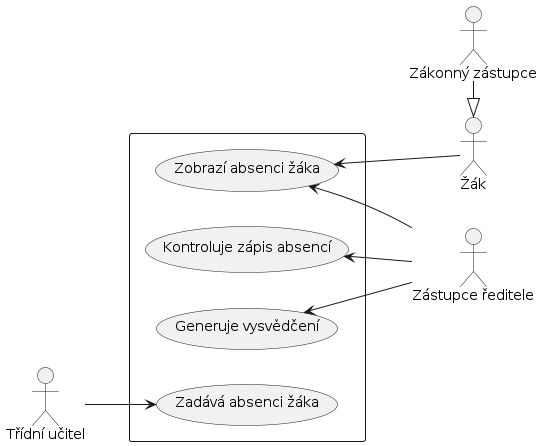
Before: img/uc-sprava-absenci.png, a diagram exported from PlantUML (DanielADK/tul-prj).
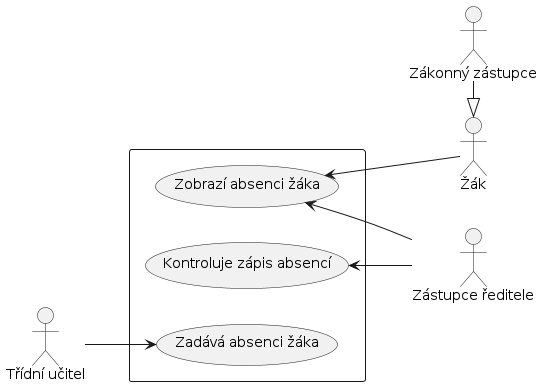
Later version of the same file.

What changed in the source:
```diff
@@ -10,7 +10,6 @@
   usecase "Zadává absenci žáka" as UC1
   usecase "Zobrazí absenci žáka" as UC2
   usecase "Kontroluje zápis absencí" as UC3
-  usecase "Generuje vysvědčení" as UC4
 
 }
 
@@ -19,6 +18,5 @@
 Zak -up-> UC2
 Zastupce -up-> UC2
 Zastupce -up-> UC3
-Zastupce -up-> UC4
 
 @enduml
```
